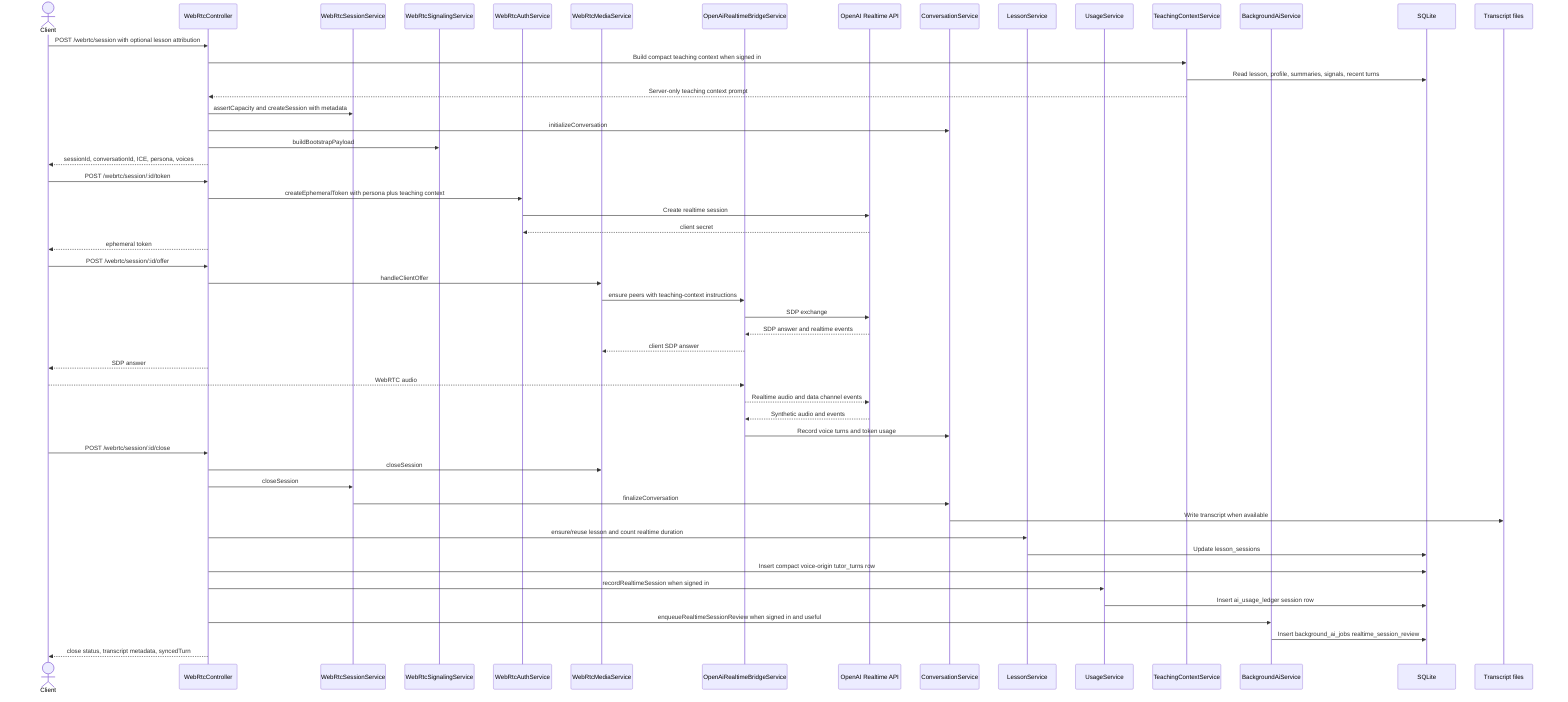
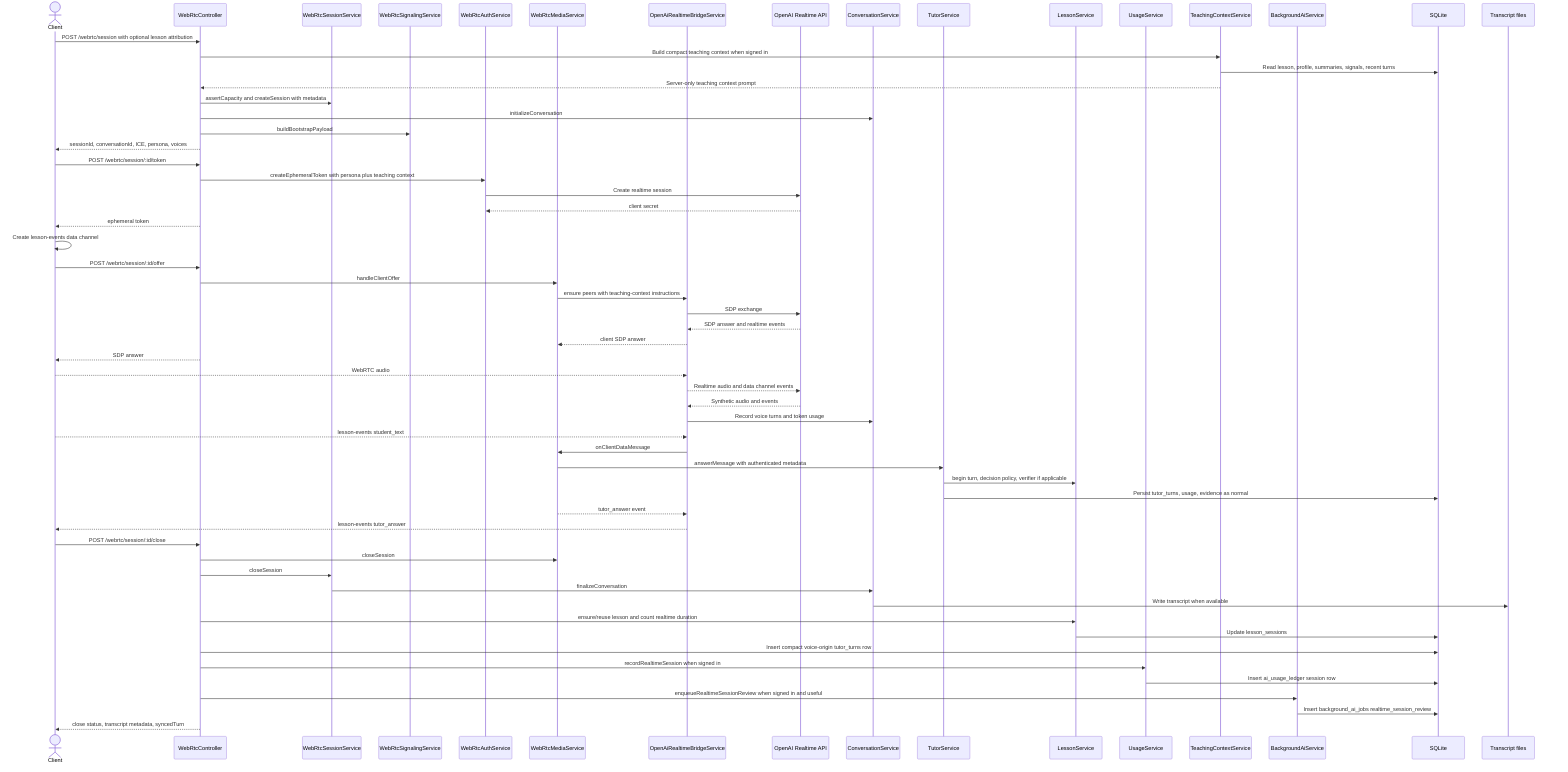
sequenceDiagram
  actor Client
  participant API as WebRtcController
  participant Sessions as WebRtcSessionService
  participant Signaling as WebRtcSignalingService
  participant Auth as WebRtcAuthService
  participant Media as WebRtcMediaService
  participant Bridge as OpenAiRealtimeBridgeService
  participant Provider as OpenAI Realtime API
  participant Conv as ConversationService
+   participant Tutor as TutorService
  participant Lesson as LessonService
  participant Usage as UsageService
  participant Context as TeachingContextService
  participant Background as BackgroundAiService
  participant DB as SQLite
  participant Logs as Transcript files

  Client->>API: POST /webrtc/session with optional lesson attribution
  API->>Context: Build compact teaching context when signed in
  Context->>DB: Read lesson, profile, summaries, signals, recent turns
  Context-->>API: Server-only teaching context prompt
  API->>Sessions: assertCapacity and createSession with metadata
  API->>Conv: initializeConversation
  API->>Signaling: buildBootstrapPayload
  API-->>Client: sessionId, conversationId, ICE, persona, voices
  Client->>API: POST /webrtc/session/:id/token
  API->>Auth: createEphemeralToken with persona plus teaching context
  Auth->>Provider: Create realtime session
  Provider-->>Auth: client secret
  API-->>Client: ephemeral token
+   Client->>Client: Create lesson-events data channel
  Client->>API: POST /webrtc/session/:id/offer
  API->>Media: handleClientOffer
  Media->>Bridge: ensure peers with teaching-context instructions
  Bridge->>Provider: SDP exchange
  Provider-->>Bridge: SDP answer and realtime events
  Bridge-->>Media: client SDP answer
  API-->>Client: SDP answer
  Client-->>Bridge: WebRTC audio
  Bridge-->>Provider: Realtime audio and data channel events
  Provider-->>Bridge: Synthetic audio and events
  Bridge->>Conv: Record voice turns and token usage
+   Client-->>Bridge: lesson-events student_text
+   Bridge->>Media: onClientDataMessage
+   Media->>Tutor: answerMessage with authenticated metadata
+   Tutor->>Lesson: begin turn, decision policy, verifier if applicable
+   Tutor->>DB: Persist tutor_turns, usage, evidence as normal
+   Media-->>Bridge: tutor_answer event
+   Bridge-->>Client: lesson-events tutor_answer
  Client->>API: POST /webrtc/session/:id/close
  API->>Media: closeSession
  API->>Sessions: closeSession
  Sessions->>Conv: finalizeConversation
  Conv->>Logs: Write transcript when available
  API->>Lesson: ensure/reuse lesson and count realtime duration
  Lesson->>DB: Update lesson_sessions
  API->>DB: Insert compact voice-origin tutor_turns row
  API->>Usage: recordRealtimeSession when signed in
  Usage->>DB: Insert ai_usage_ledger session row
  API->>Background: enqueueRealtimeSessionReview when signed in and useful
  Background->>DB: Insert background_ai_jobs realtime_session_review
  API-->>Client: close status, transcript metadata, syncedTurn
